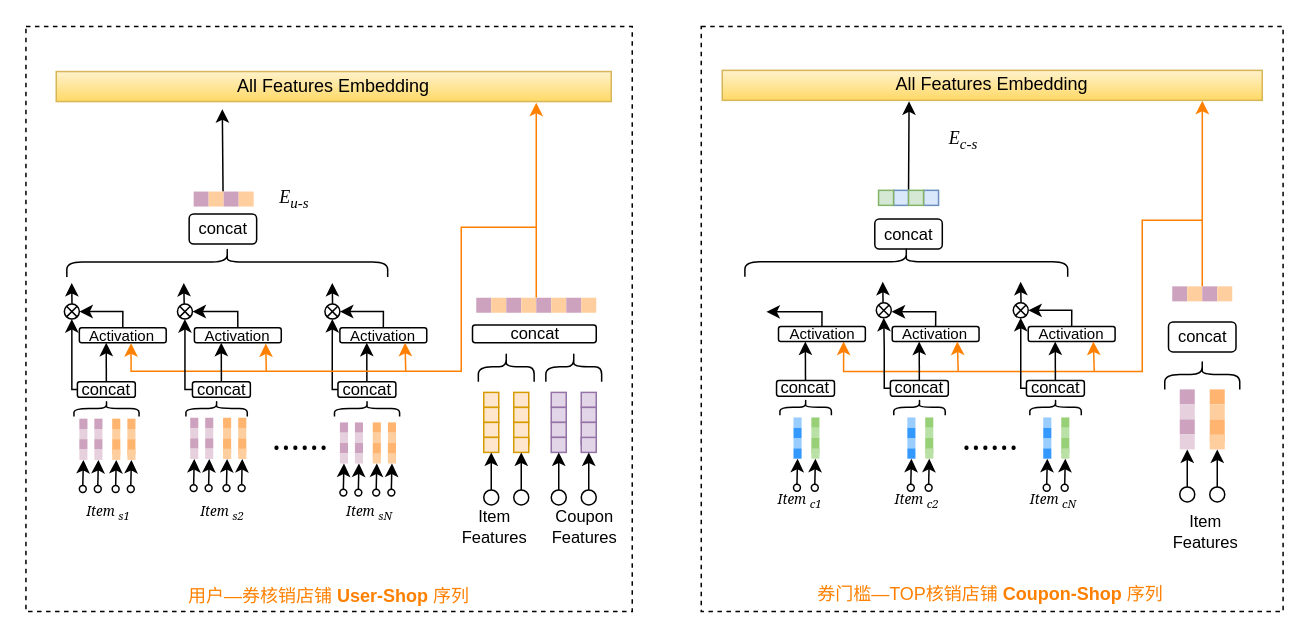
cosinalee/HeteroGraph keeps this draw.io diagram as TIR_HG_序列小图.drawio. Above is the earlier version. Source tidied: cells renumbered, new cells numbered last; positions are measured from the earlier drawing's top-left corner, leaving out a move shared by most shapes. Both pictures are drawn from the tidied source at 150%, with x=0, y=0 at pixel (26, 26).
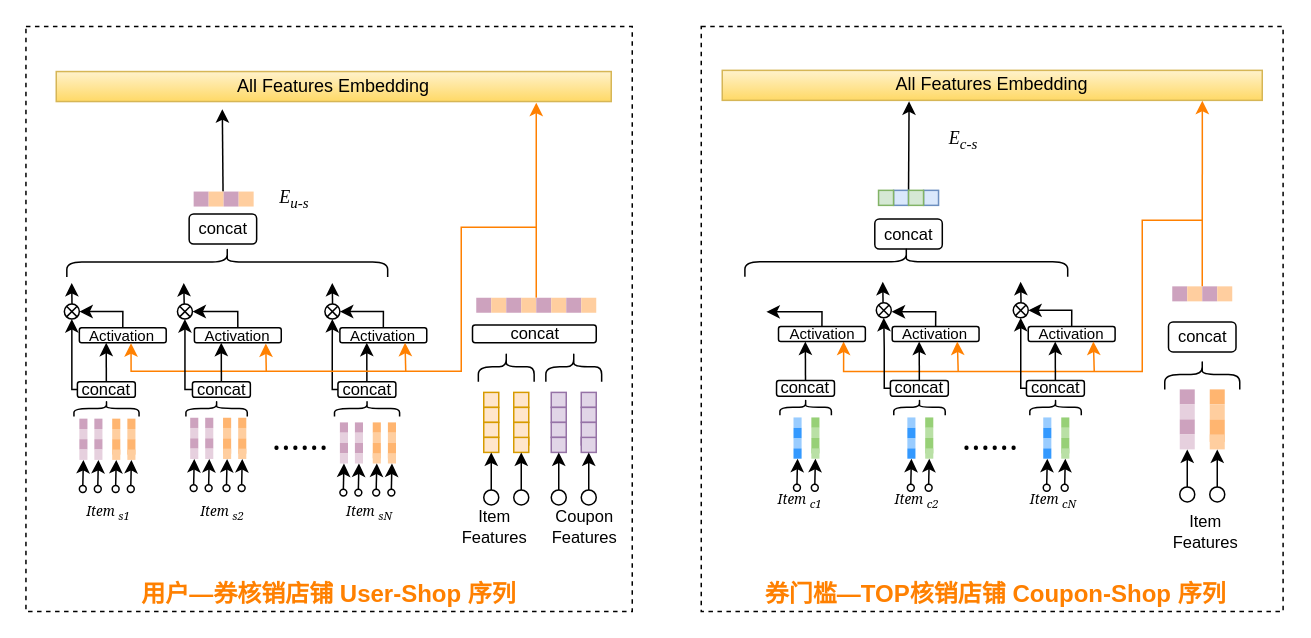
Above is the later version.

Commit message (it also covers changes not shown here):
更新TIR_HG_序列小图.drawio

The edit, as a diff of the source:
```diff
@@
-    <mxCell id="98" value="&lt;font face=&quot;Helvetica&quot; color=&quot;#ff8000&quot;&gt;&lt;span style=&quot;font-size: 12px;&quot;&gt;券门槛—TOP核销店铺 &lt;b&gt;Coupon-Shop&lt;/b&gt; 序列&lt;/span&gt;&lt;/font&gt;" style="text;html=1;strokeColor=none;fillColor=none;align=center;verticalAlign=middle;whiteSpace=wrap;rounded=0;dashed=1;fontFamily=Georgia;fontSize=22;" parent="1" vertex="1">
-      <mxGeometry x="514.8" y="360.2" width="256" height="30" as="geometry" />
+    <mxCell id="98" value="&lt;font style=&quot;font-size: 16px;&quot; face=&quot;Helvetica&quot; color=&quot;#ff8000&quot;&gt;&lt;span style=&quot;&quot;&gt;&lt;b&gt;券门槛—TOP核销店铺 Coupon-Shop 序列&lt;/b&gt;&lt;/span&gt;&lt;/font&gt;" style="text;html=1;strokeColor=none;fillColor=none;align=center;verticalAlign=middle;whiteSpace=wrap;rounded=0;dashed=1;fontFamily=Georgia;fontSize=22;" parent="1" vertex="1">
+      <mxGeometry x="484" y="360.2" width="325.2" height="30" as="geometry" />
     </mxCell>
@@
-    <mxCell id="267" value="&lt;span style=&quot;color: rgb(255, 128, 0); font-family: Helvetica; font-size: 12px;&quot;&gt;用户—券核销店铺&amp;nbsp;&lt;/span&gt;&lt;b style=&quot;color: rgb(255, 128, 0); font-family: Helvetica; font-size: 12px;&quot;&gt;User-Shop&lt;/b&gt;&lt;span style=&quot;color: rgb(255, 128, 0); font-family: Helvetica; font-size: 12px;&quot;&gt;&amp;nbsp;序列&lt;/span&gt;" style="text;html=1;strokeColor=none;fillColor=none;align=center;verticalAlign=middle;whiteSpace=wrap;rounded=0;dashed=1;fontFamily=Georgia;fontSize=22;" parent="1" vertex="1">
+    <mxCell id="267" value="&lt;b style=&quot;font-size: 16px;&quot;&gt;&lt;font style=&quot;font-size: 16px;&quot;&gt;&lt;span style=&quot;color: rgb(255, 128, 0); font-family: Helvetica;&quot;&gt;用户—券核销店铺&amp;nbsp;&lt;/span&gt;&lt;span style=&quot;color: rgb(255, 128, 0); font-family: Helvetica;&quot;&gt;User-Shop&lt;/span&gt;&lt;span style=&quot;color: rgb(255, 128, 0); font-family: Helvetica;&quot;&gt;&amp;nbsp;序列&lt;/span&gt;&lt;/font&gt;&lt;/b&gt;" style="text;html=1;strokeColor=none;fillColor=none;align=center;verticalAlign=middle;whiteSpace=wrap;rounded=0;dashed=1;fontFamily=Georgia;fontSize=22;" parent="1" vertex="1">
       <mxGeometry x="73.9" y="360.2" width="256" height="30" as="geometry" />
     </mxCell>
```
